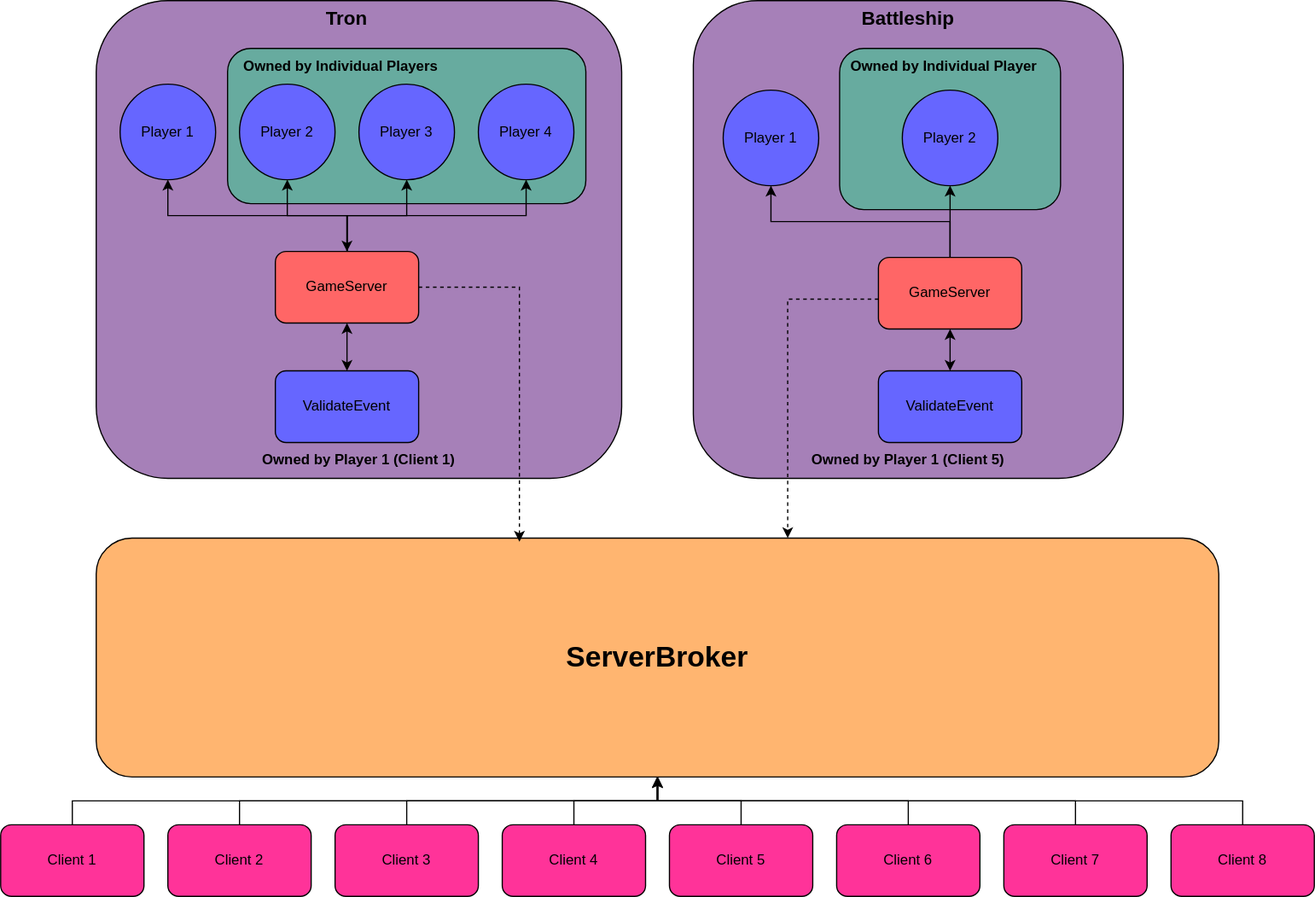
This is topology/HalligameTopology.drawio.svg from cole-glotfelty/Halligame, a draw.io export, as it was before one commit. Source tidied: cells renumbered, new cells last; positions are measured from the earlier drawing's top-left corner, leaving out a move shared by most shapes.
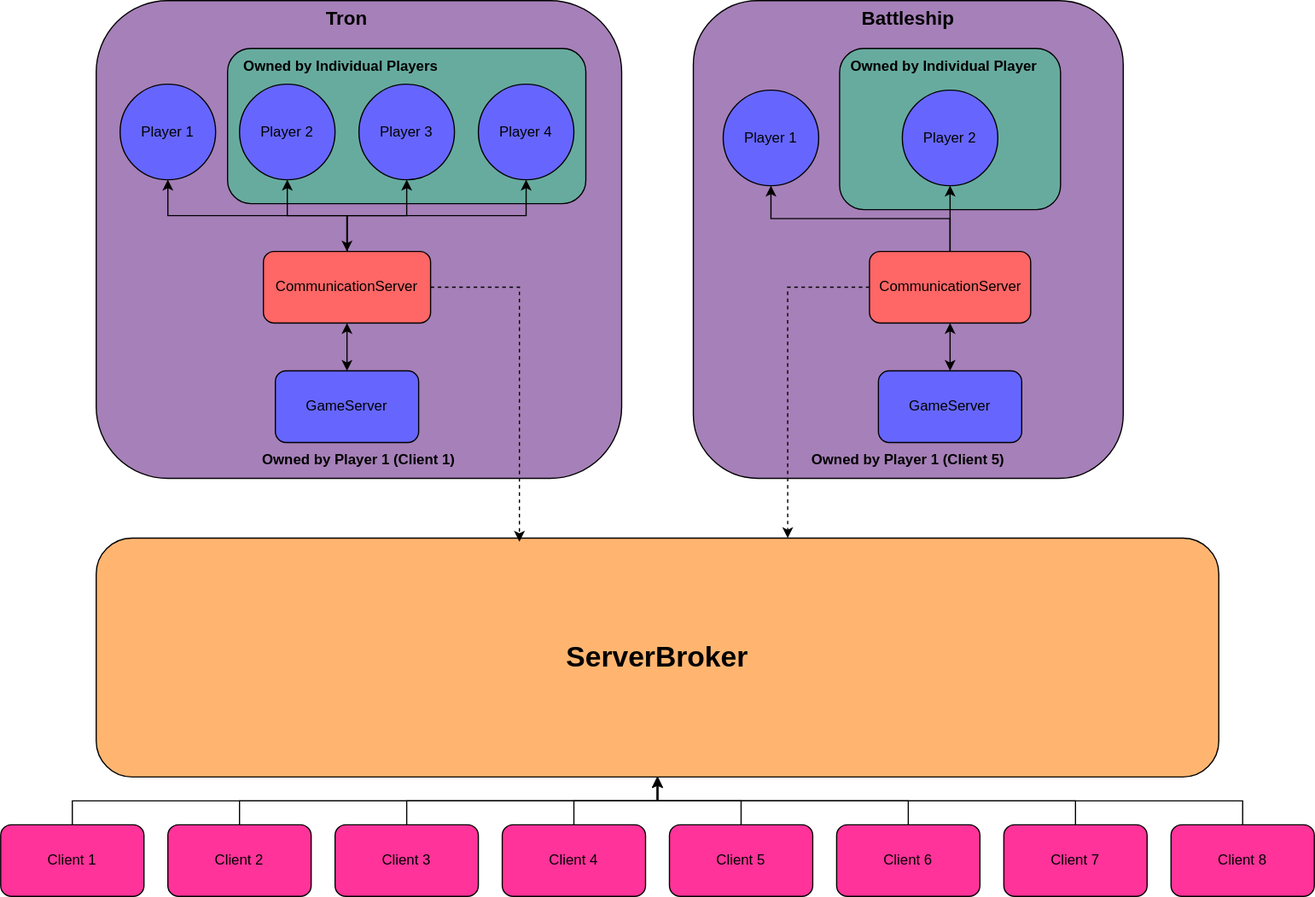
Above is the later version.

Commit message:
topology diagrams updated

Change to the diagram source:
```diff
@@ -23,13 +23,13 @@
     <mxCell id="8" style="edgeStyle=orthogonalEdgeStyle;rounded=0;jettySize=auto;html=1;exitX=0.5;exitY=0;exitDx=0;exitDy=0;entryX=0.5;entryY=1;entryDx=0;entryDy=0;startArrow=classic;startFill=1;" parent="1" edge="1" source="9" target="15">
       <mxGeometry relative="1" as="geometry" />
     </mxCell>
-    <mxCell id="9" value="GameServer" style="rounded=1;whiteSpace=wrap;html=1;fillColor=#FF6666;" parent="1" vertex="1">
-      <mxGeometry x="230" y="210" width="120" height="60" as="geometry" />
+    <mxCell id="9" value="CommunicationServer" style="rounded=1;whiteSpace=wrap;html=1;fillColor=#FF6666;" parent="1" vertex="1">
+      <mxGeometry x="220" y="210" width="140" height="60" as="geometry" />
     </mxCell>
     <mxCell id="10" style="edgeStyle=orthogonalEdgeStyle;rounded=0;jettySize=auto;html=1;entryX=0.5;entryY=1;entryDx=0;entryDy=0;startArrow=classic;startFill=1;" parent="1" edge="1" source="11" target="9">
       <mxGeometry relative="1" as="geometry" />
     </mxCell>
-    <mxCell id="11" value="ValidateEvent" style="rounded=1;whiteSpace=wrap;html=1;fillColor=#6666FF;" parent="1" vertex="1">
+    <mxCell id="11" value="GameServer" style="rounded=1;whiteSpace=wrap;html=1;fillColor=#6666FF;" parent="1" vertex="1">
       <mxGeometry x="230" y="310" width="120" height="60" as="geometry" />
     </mxCell>
     <mxCell id="12" value="Player 1" style="ellipse;whiteSpace=wrap;html=1;fillColor=#6666FF;" parent="1" vertex="1">
@@ -53,13 +53,13 @@
     <mxCell id="18" style="edgeStyle=orthogonalEdgeStyle;rounded=0;jettySize=auto;html=1;exitX=0.5;exitY=0;exitDx=0;exitDy=0;entryX=0.5;entryY=1;entryDx=0;entryDy=0;" parent="1" edge="1" source="19" target="22">
       <mxGeometry relative="1" as="geometry" />
     </mxCell>
-    <mxCell id="19" value="GameServer" style="rounded=1;whiteSpace=wrap;html=1;fillColor=#FF6666;" parent="1" vertex="1">
-      <mxGeometry x="735" y="215" width="120" height="60" as="geometry" />
+    <mxCell id="19" value="CommunicationServer" style="rounded=1;whiteSpace=wrap;html=1;fillColor=#FF6666;" parent="1" vertex="1">
+      <mxGeometry x="727.5" y="210" width="135" height="60" as="geometry" />
     </mxCell>
     <mxCell id="20" style="edgeStyle=orthogonalEdgeStyle;rounded=0;jettySize=auto;html=1;entryX=0.5;entryY=1;entryDx=0;entryDy=0;startArrow=classic;startFill=1;" parent="1" edge="1" source="21" target="19">
       <mxGeometry relative="1" as="geometry" />
     </mxCell>
-    <mxCell id="21" value="ValidateEvent" style="rounded=1;whiteSpace=wrap;html=1;fillColor=#6666FF;" parent="1" vertex="1">
+    <mxCell id="21" value="GameServer" style="rounded=1;whiteSpace=wrap;html=1;fillColor=#6666FF;" parent="1" vertex="1">
       <mxGeometry x="735" y="310" width="120" height="60" as="geometry" />
     </mxCell>
     <mxCell id="22" value="Player 1" style="ellipse;whiteSpace=wrap;html=1;fillColor=#6666FF;" parent="1" vertex="1">
@@ -74,7 +74,7 @@
     <mxCell id="25" style="edgeStyle=orthogonalEdgeStyle;rounded=0;jettySize=auto;html=1;entryX=0.616;entryY=0;entryDx=0;entryDy=0;entryPerimeter=0;dashed=1;" parent="1" edge="1" source="19" target="24">
       <mxGeometry relative="1" as="geometry">
         <Array as="points">
-          <mxPoint x="659" y="250" />
+          <mxPoint x="659" y="240" />
         </Array>
       </mxGeometry>
     </mxCell>
```
